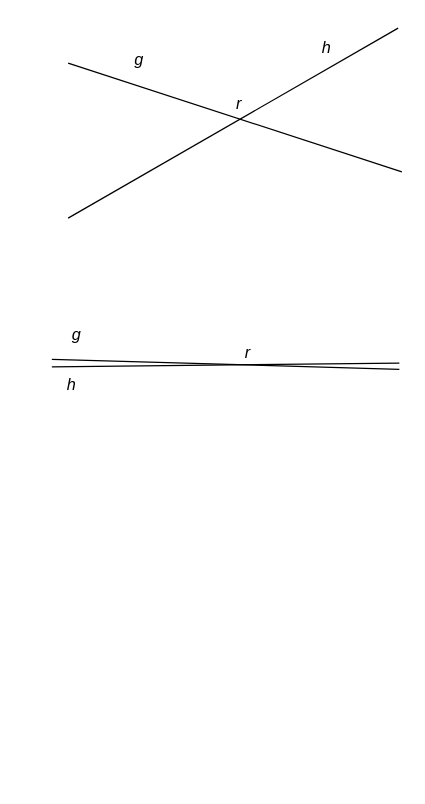
Before: Masterarbeit.drawio in reinlten/TPA_Kolb, a draw.io diagram. Source tidied: cells renumbered, new cells numbered last; positions are measured from the earlier drawing's top-left corner, leaving out a move shared by most shapes. Both pictures are drawn from the tidied source at 125%, with x=0, y=0 at pixel (21, 21).
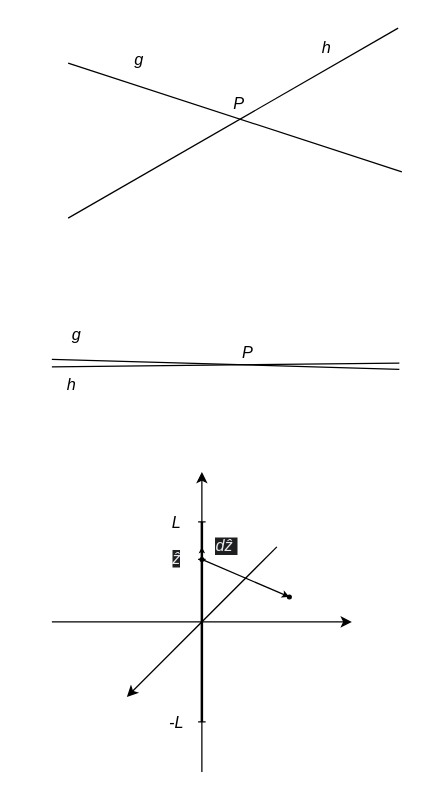
After the change.

Change to the diagram source:
```diff
@@
+    <mxCell id="12" value="&lt;span class=&quot;Yjhzub&quot; style=&quot;font-family: Arial, sans-serif; text-align: start; line-height: 100%; background-color: light-dark(rgb(31, 31, 31), rgb(255, 255, 255));&quot;&gt;&lt;font style=&quot;font-size: 13px; color: light-dark(rgb(230, 232, 240), rgb(0, 0, 0));&quot;&gt;&lt;i&gt;ẑ&lt;/i&gt;&lt;/font&gt;&lt;/span&gt;" style="text;html=1;align=center;verticalAlign=middle;whiteSpace=wrap;rounded=0;fontColor=light-dark(#000000,#000000);fontFamily=arial;" parent="1" vertex="1">
+      <mxGeometry x="84" y="410" width="80" height="40" as="geometry" />
+    </mxCell>
+    <mxCell id="13" value="&lt;span class=&quot;Yjhzub&quot; style=&quot;font-family: Arial, sans-serif; text-align: start; line-height: 100%; background-color: light-dark(rgb(31, 31, 31), rgb(255, 255, 255));&quot;&gt;&lt;font style=&quot;font-size: 13px; color: light-dark(rgb(230, 232, 240), rgb(0, 0, 0));&quot;&gt;&lt;i&gt;dẑ&amp;nbsp;&lt;/i&gt;&lt;/font&gt;&lt;/span&gt;" style="text;html=1;align=center;verticalAlign=middle;whiteSpace=wrap;rounded=0;fontColor=light-dark(#000000,#000000);fontFamily=arial;" parent="1" vertex="1">
+      <mxGeometry x="124" y="400" width="80" height="40" as="geometry" />
+    </mxCell>
@@
-    <mxCell id="6" value="&lt;i&gt;&lt;font face=&quot;Helvetica&quot; style=&quot;font-size: 13px;&quot;&gt;r&lt;/font&gt;&lt;/i&gt;" style="text;html=1;align=center;verticalAlign=middle;whiteSpace=wrap;rounded=0;fontColor=light-dark(#000000,#000000);fontFamily=arial;" parent="1" vertex="1">
+    <mxCell id="6" value="&lt;i&gt;&lt;font face=&quot;Helvetica&quot; style=&quot;font-size: 13px;&quot;&gt;P&lt;/font&gt;&lt;/i&gt;" style="text;html=1;align=center;verticalAlign=middle;whiteSpace=wrap;rounded=0;fontColor=light-dark(#000000,#000000);fontFamily=arial;" parent="1" vertex="1">
       <mxGeometry x="134" y="45" width="80" height="40" as="geometry" />
     </mxCell>
@@
-    <mxCell id="11" value="&lt;i&gt;&lt;font face=&quot;Helvetica&quot; style=&quot;font-size: 13px;&quot;&gt;r&lt;/font&gt;&lt;/i&gt;" style="text;html=1;align=center;verticalAlign=middle;whiteSpace=wrap;rounded=0;fontColor=light-dark(#000000,#000000);fontFamily=arial;" parent="1" vertex="1">
+    <mxCell id="11" value="&lt;i&gt;&lt;font face=&quot;Helvetica&quot; style=&quot;font-size: 13px;&quot;&gt;P&lt;/font&gt;&lt;/i&gt;" style="text;html=1;align=center;verticalAlign=middle;whiteSpace=wrap;rounded=0;fontColor=light-dark(#000000,#000000);fontFamily=arial;" parent="1" vertex="1">
       <mxGeometry x="141" y="244" width="80" height="40" as="geometry" />
     </mxCell>
+    <mxCell id="14" style="endArrow=classic;html=1;rounded=0;strokeColor=light-dark(#000000,#000000);" parent="1" edge="1">
+      <mxGeometry relative="1" as="geometry">
+        <mxPoint x="24" y="480" as="sourcePoint" />
+        <mxPoint x="264" y="480" as="targetPoint" />
+      </mxGeometry>
+    </mxCell>
+    <mxCell id="15" style="endArrow=classic;html=1;rounded=0;strokeColor=light-dark(#000000,#000000);" parent="1" edge="1">
+      <mxGeometry relative="1" as="geometry">
+        <mxPoint x="144" y="600" as="sourcePoint" />
+        <mxPoint x="144" y="360" as="targetPoint" />
+      </mxGeometry>
+    </mxCell>
+    <mxCell id="16" style="endArrow=classic;html=1;rounded=0;strokeColor=light-dark(#000000,#000000);" parent="1" edge="1">
+      <mxGeometry relative="1" as="geometry">
+        <mxPoint x="204" y="420" as="sourcePoint" />
+        <mxPoint x="84" y="540" as="targetPoint" />
+      </mxGeometry>
+    </mxCell>
+    <mxCell id="17" style="endArrow=none;html=1;rounded=0;strokeColor=light-dark(#000000,#0000FF);strokeWidth=2;" parent="1" edge="1">
+      <mxGeometry relative="1" as="geometry">
+        <mxPoint x="144" y="560" as="sourcePoint" />
+        <mxPoint x="144" y="400" as="targetPoint" />
+      </mxGeometry>
+    </mxCell>
+    <mxCell id="18" style="endArrow=none;html=1;rounded=0;strokeColor=light-dark(#000000,#000000);" parent="1" edge="1">
+      <mxGeometry relative="1" as="geometry">
+        <mxPoint x="141" y="400" as="sourcePoint" />
+        <mxPoint x="147" y="400" as="targetPoint" />
+      </mxGeometry>
+    </mxCell>
+    <mxCell id="19" style="endArrow=none;html=1;rounded=0;strokeColor=light-dark(#000000,#000000);" parent="1" edge="1">
+      <mxGeometry relative="1" as="geometry">
+        <mxPoint x="141" y="560" as="sourcePoint" />
+        <mxPoint x="147" y="560" as="targetPoint" />
+      </mxGeometry>
+    </mxCell>
+    <mxCell id="20" value="&lt;i&gt;&lt;font face=&quot;Helvetica&quot; style=&quot;font-size: 13px;&quot;&gt;L&lt;/font&gt;&lt;/i&gt;" style="text;html=1;align=center;verticalAlign=middle;whiteSpace=wrap;rounded=0;fontColor=light-dark(#000000,#000000);fontFamily=arial;" parent="1" vertex="1">
+      <mxGeometry x="84" y="380" width="80" height="40" as="geometry" />
+    </mxCell>
+    <mxCell id="21" value="&lt;i&gt;&lt;font face=&quot;Helvetica&quot; style=&quot;font-size: 13px;&quot;&gt;-L&lt;/font&gt;&lt;/i&gt;" style="text;html=1;align=center;verticalAlign=middle;whiteSpace=wrap;rounded=0;fontColor=light-dark(#000000,#000000);fontFamily=arial;" parent="1" vertex="1">
+      <mxGeometry x="84" y="540" width="80" height="40" as="geometry" />
+    </mxCell>
+    <mxCell id="22" style="endArrow=none;html=1;rounded=0;strokeColor=light-dark(#000000,#000000);" parent="1" edge="1">
+      <mxGeometry relative="1" as="geometry">
+        <mxPoint x="141" y="430" as="sourcePoint" />
+        <mxPoint x="147" y="430" as="targetPoint" />
+      </mxGeometry>
+    </mxCell>
+    <mxCell id="23" style="endArrow=classic;html=1;rounded=0;strokeColor=light-dark(#000000,#000000);endSize=2;" parent="1" edge="1">
+      <mxGeometry relative="1" as="geometry">
+        <mxPoint x="144" y="430" as="sourcePoint" />
+        <mxPoint x="144" y="420" as="targetPoint" />
+      </mxGeometry>
+    </mxCell>
+    <mxCell id="24" style="endArrow=classic;html=1;rounded=0;strokeColor=light-dark(#000000,#000000);endSize=3;startArrow=oval;startFill=1;startSize=3;" parent="1" edge="1">
+      <mxGeometry relative="1" as="geometry">
+        <mxPoint x="144" y="430" as="sourcePoint" />
+        <mxPoint x="214" y="460" as="targetPoint" />
+      </mxGeometry>
+    </mxCell>
+    <mxCell id="25" style="endArrow=none;html=1;rounded=0;strokeColor=light-dark(#000000,#000000);startArrow=oval;startFill=1;startSize=3;" parent="1" edge="1">
+      <mxGeometry relative="1" as="geometry">
+        <mxPoint x="214" y="460" as="sourcePoint" />
+        <mxPoint x="215" y="460" as="targetPoint" />
+      </mxGeometry>
+    </mxCell>
```
